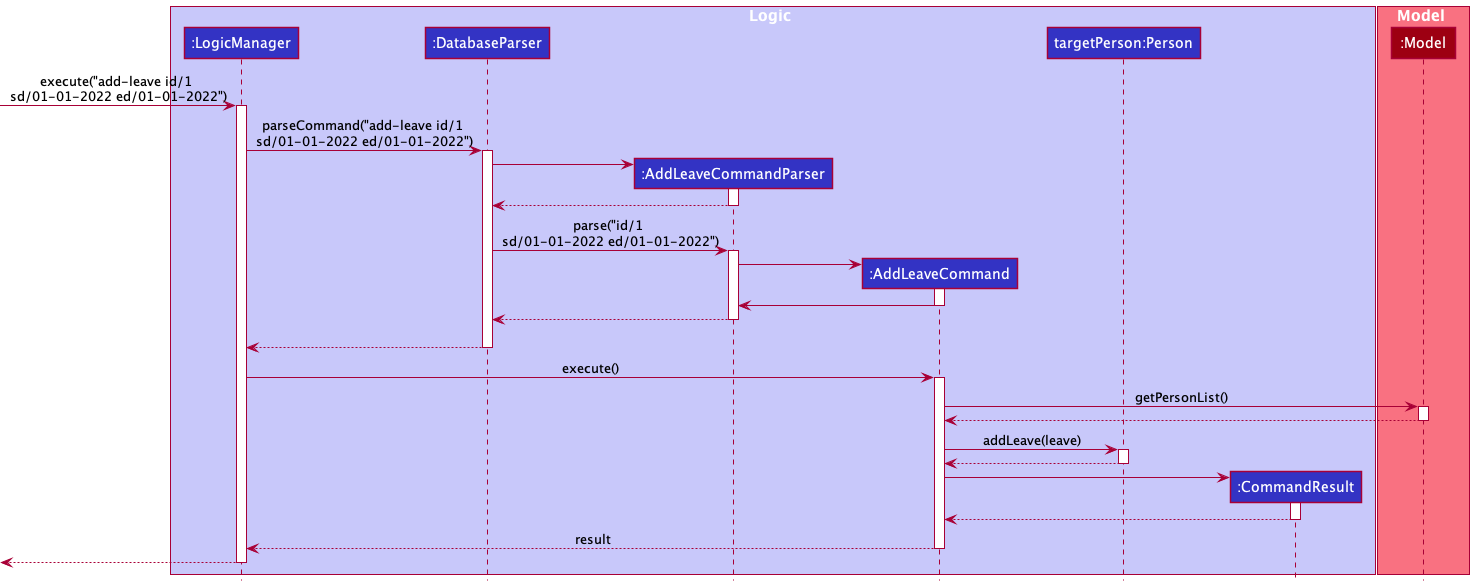
Before: docs/images/diagrams/AddLeaveCommandUML.png, a diagram exported from PlantUML (nus-cs2103-AY2223S1/tp).
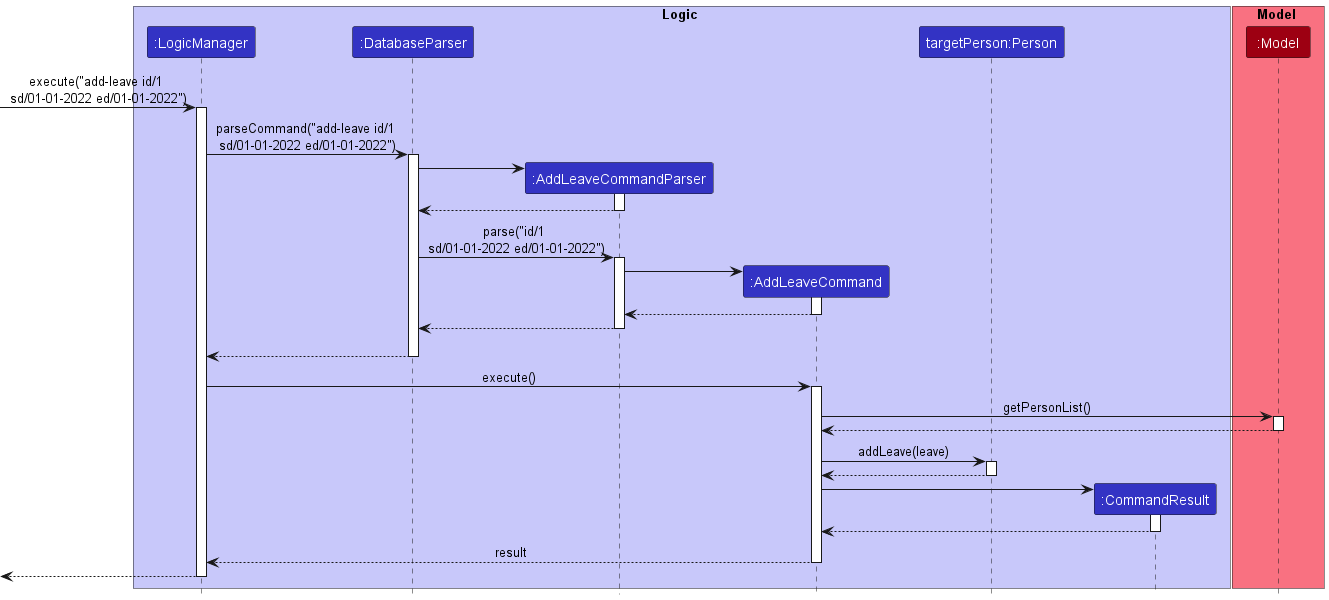
After the change.

Change to the diagram source:
```diff
@@ -34,7 +34,7 @@
 AddLeaveCommandParser -> AddLeaveCommand
 activate AddLeaveCommand
 
-AddLeaveCommand -> AddLeaveCommandParser
+AddLeaveCommand --> AddLeaveCommandParser
 deactivate AddLeaveCommand
 
 AddLeaveCommandParser --> DatabaseParser
```
